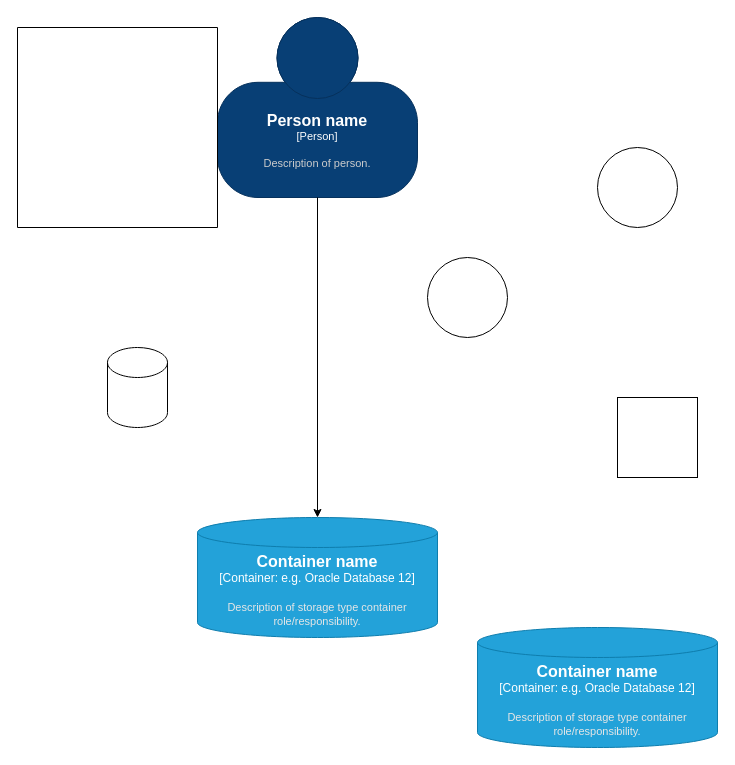
Before: Untitled Diagram.drawio in alihaddadi/threadPilot, a draw.io diagram. Source tidied: cells renumbered, new cells numbered last; positions are measured from the earlier drawing's top-left corner, leaving out a move shared by most shapes. Both pictures are drawn from the tidied source at 100%, with x=0, y=0 at pixel (17, 17).
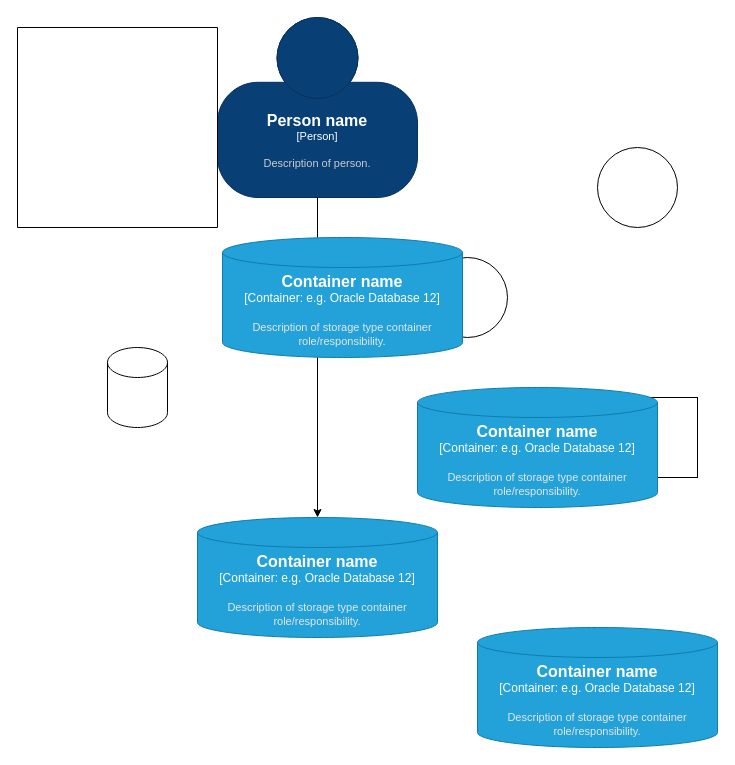
The same page after the edit.

Diff of the diagram source:
```diff
@@
 <mxGraphModel>
   <root>
     <mxCell id="0" />
     <mxCell id="1" parent="0" />
     <object id="2" label="&lt;font style=&quot;font-size: 16px&quot;&gt;&lt;b&gt;%c4Name%&lt;/b&gt;&lt;/font&gt;&lt;div&gt;[%c4Type%:&amp;nbsp;%c4Technology%]&lt;/div&gt;&lt;br&gt;&lt;div&gt;&lt;font style=&quot;font-size: 11px&quot;&gt;&lt;font color=&quot;#E6E6E6&quot;&gt;%c4Description%&lt;/font&gt;&lt;/div&gt;" c4Description="Description of storage type container role/responsibility." c4Name="Container name" c4Technology="e.g. Oracle Database 12" c4Type="Container" placeholders="1">
       <mxCell style="shape=cylinder3;size=15;whiteSpace=wrap;html=1;boundedLbl=1;rounded=0;labelBackgroundColor=none;fillColor=#23A2D9;fontSize=12;fontColor=#ffffff;align=center;strokeColor=#0E7DAD;points=[[0.5,0,0],[1,0.25,0],[1,0.5,0],[1,0.75,0],[0.5,1,0],[0,0.75,0],[0,0.5,0],[0,0.25,0]];" parent="1" vertex="1">
         <mxGeometry x="180" y="500" width="240" height="120" as="geometry" />
       </mxCell>
     </object>
     <object id="3" label="&lt;font style=&quot;font-size: 16px&quot;&gt;&lt;b&gt;%c4Name%&lt;/b&gt;&lt;/font&gt;&lt;div&gt;[%c4Type%]&lt;/div&gt;&lt;br&gt;&lt;div&gt;&lt;font style=&quot;font-size: 11px&quot;&gt;&lt;font color=&quot;#cccccc&quot;&gt;%c4Description%&lt;/font&gt;&lt;/div&gt;" c4Description="Description of person." c4Name="Person name" c4Type="Person" placeholders="1">
       <mxCell style="html=1;fontSize=11;dashed=0;whiteSpace=wrap;fillColor=#083F75;strokeColor=#06315C;fontColor=#ffffff;shape=mxgraph.c4.person2;align=center;points=[[0.5,0,0],[1,0.5,0],[1,0.75,0],[0.75,1,0],[0.5,1,0],[0.25,1,0],[0,0.75,0],[0,0.5,0]];" parent="1" vertex="1">
         <mxGeometry x="200" width="200" height="180" as="geometry" />
       </mxCell>
     </object>
     <mxCell id="4" style="edgeStyle=orthogonalEdgeStyle;rounded=0;jettySize=auto;html=1;entryX=0.5;entryY=0;entryDx=0;entryDy=0;entryPerimeter=0;" parent="1" edge="1" source="3" target="2">
       <mxGeometry relative="1" as="geometry" />
     </mxCell>
     <mxCell id="5" style="ellipse;whiteSpace=wrap;html=1;" parent="1" vertex="1">
       <mxGeometry x="410" y="240" width="80" height="80" as="geometry" />
     </mxCell>
     <mxCell id="6" style="whiteSpace=wrap;html=1;" parent="1" vertex="1">
       <mxGeometry x="600" y="380" width="80" height="80" as="geometry" />
     </mxCell>
     <mxCell id="7" style="shape=cylinder3;whiteSpace=wrap;html=1;boundedLbl=1;backgroundOutline=1;size=15;" parent="1" vertex="1">
       <mxGeometry x="90" y="330" width="60" height="80" as="geometry" />
     </mxCell>
     <mxCell id="8" style="swimlane;startSize=0;" parent="1" vertex="1">
       <mxGeometry y="10" width="200" height="200" as="geometry" />
     </mxCell>
     <mxCell id="9" style="ellipse;whiteSpace=wrap;html=1;" parent="1" vertex="1">
       <mxGeometry x="580" y="130" width="80" height="80" as="geometry" />
     </mxCell>
     <object id="10" label="&lt;font style=&quot;font-size: 16px&quot;&gt;&lt;b&gt;%c4Name%&lt;/b&gt;&lt;/font&gt;&lt;div&gt;[%c4Type%:&amp;nbsp;%c4Technology%]&lt;/div&gt;&lt;br&gt;&lt;div&gt;&lt;font style=&quot;font-size: 11px&quot;&gt;&lt;font color=&quot;#E6E6E6&quot;&gt;%c4Description%&lt;/font&gt;&lt;/div&gt;" c4Description="Description of storage type container role/responsibility." c4Name="Container name" c4Technology="e.g. Oracle Database 12" c4Type="Container" placeholders="1">
       <mxCell style="shape=cylinder3;size=15;whiteSpace=wrap;html=1;boundedLbl=1;rounded=0;labelBackgroundColor=none;fillColor=#23A2D9;fontSize=12;fontColor=#ffffff;align=center;strokeColor=#0E7DAD;" parent="1" vertex="1">
         <mxGeometry x="460" y="610" width="240" height="120" as="geometry" />
       </mxCell>
     </object>
+    <object id="11" label="&lt;font style=&quot;font-size: 16px&quot;&gt;&lt;b&gt;%c4Name%&lt;/b&gt;&lt;/font&gt;&lt;div&gt;[%c4Type%:&amp;nbsp;%c4Technology%]&lt;/div&gt;&lt;br&gt;&lt;div&gt;&lt;font style=&quot;font-size: 11px&quot;&gt;&lt;font color=&quot;#E6E6E6&quot;&gt;%c4Description%&lt;/font&gt;&lt;/div&gt;" c4Description="Description of storage type container role/responsibility." c4Name="Container name" c4Technology="e.g. Oracle Database 12" c4Type="Container" placeholders="1">
+      <mxCell style="shape=cylinder3;size=15;whiteSpace=wrap;html=1;boundedLbl=1;rounded=0;labelBackgroundColor=none;fillColor=#23A2D9;fontSize=12;fontColor=#ffffff;align=center;strokeColor=#0E7DAD;" parent="1" vertex="1">
+        <mxGeometry x="400" y="370" width="240" height="120" as="geometry" />
+      </mxCell>
+    </object>
+    <object id="12" label="&lt;font style=&quot;font-size: 16px&quot;&gt;&lt;b&gt;%c4Name%&lt;/b&gt;&lt;/font&gt;&lt;div&gt;[%c4Type%:&amp;nbsp;%c4Technology%]&lt;/div&gt;&lt;br&gt;&lt;div&gt;&lt;font style=&quot;font-size: 11px&quot;&gt;&lt;font color=&quot;#E6E6E6&quot;&gt;%c4Description%&lt;/font&gt;&lt;/div&gt;" c4Description="Description of storage type container role/responsibility." c4Name="Container name" c4Technology="e.g. Oracle Database 12" c4Type="Container" placeholders="1">
+      <mxCell style="shape=cylinder3;size=15;whiteSpace=wrap;html=1;boundedLbl=1;rounded=0;labelBackgroundColor=none;fillColor=#23A2D9;fontSize=12;fontColor=#ffffff;align=center;strokeColor=#0E7DAD;" parent="1" vertex="1">
+        <mxGeometry x="205" y="220" width="240" height="120" as="geometry" />
+      </mxCell>
+    </object>
   </root>
 </mxGraphModel>
```
